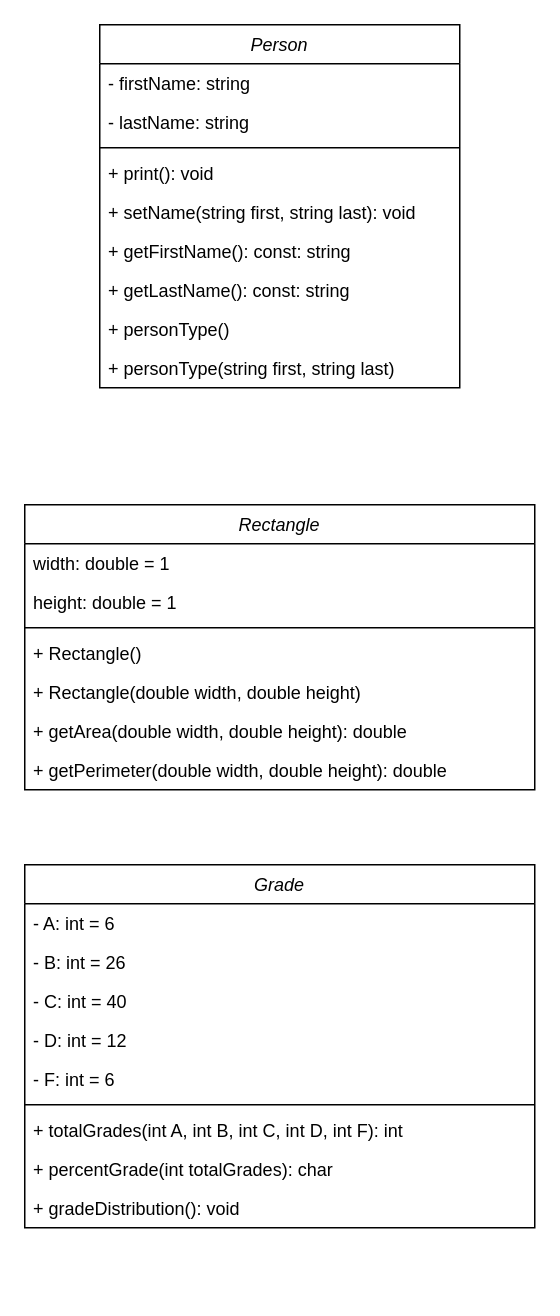
The draw.io diagram src/Untitled Diagram.drawio in aguilarsean/CPE-2101L, before the edit. Source tidied: cells renumbered, new cells numbered last; positions are measured from the earlier drawing's top-left corner, leaving out a move shared by most shapes. Both pictures are drawn from the tidied source at 150%, with x=0, y=0 at pixel (24, 24).
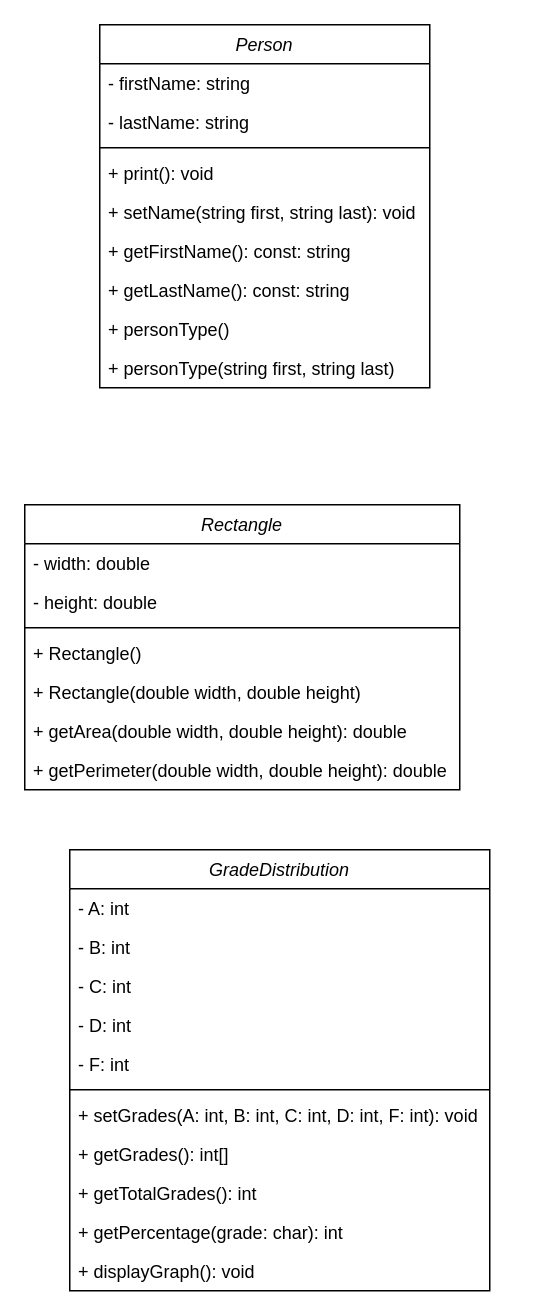
The same diagram, later.

Commit message:
UML_Exercise_4.1

What changed in the source:
```diff
@@
     <mxCell id="2" value="Person" style="swimlane;fontStyle=2;align=center;verticalAlign=top;horizontal=1;startSize=26;rounded=0;shadow=0;strokeWidth=1;" parent="1" vertex="1">
-      <mxGeometry x="50" width="240" height="242" as="geometry" />
+      <mxGeometry x="50" width="220" height="242" as="geometry" />
     </mxCell>
     <mxCell id="3" value="- firstName: string" style="text;align=left;verticalAlign=top;spacingLeft=4;spacingRight=4;overflow=hidden;" parent="2" vertex="1">
-      <mxGeometry y="26" width="240" height="26" as="geometry" />
+      <mxGeometry y="26" width="220" height="26" as="geometry" />
     </mxCell>
     <mxCell id="4" value="- lastName: string" style="text;align=left;verticalAlign=top;spacingLeft=4;spacingRight=4;overflow=hidden;rounded=0;shadow=0;html=0;" parent="2" vertex="1">
-      <mxGeometry y="52" width="240" height="26" as="geometry" />
+      <mxGeometry y="52" width="220" height="26" as="geometry" />
     </mxCell>
     <mxCell id="5" style="line;html=1;strokeWidth=1;align=left;verticalAlign=middle;spacingTop=-1;spacingLeft=3;spacingRight=3;labelPosition=right;" parent="2" vertex="1">
-      <mxGeometry y="78" width="240" height="8" as="geometry" />
+      <mxGeometry y="78" width="220" height="8" as="geometry" />
     </mxCell>
     <mxCell id="6" value="+ print(): void" style="text;align=left;verticalAlign=top;spacingLeft=4;spacingRight=4;overflow=hidden;" parent="2" vertex="1">
-      <mxGeometry y="86" width="240" height="26" as="geometry" />
+      <mxGeometry y="86" width="220" height="26" as="geometry" />
     </mxCell>
     <mxCell id="7" value="+ setName(string first, string last): void" style="text;align=left;verticalAlign=top;spacingLeft=4;spacingRight=4;overflow=hidden;" parent="2" vertex="1">
-      <mxGeometry y="112" width="240" height="26" as="geometry" />
+      <mxGeometry y="112" width="220" height="26" as="geometry" />
     </mxCell>
     <mxCell id="8" value="+ getFirstName(): const: string" style="text;align=left;verticalAlign=top;spacingLeft=4;spacingRight=4;overflow=hidden;" parent="2" vertex="1">
-      <mxGeometry y="138" width="240" height="26" as="geometry" />
+      <mxGeometry y="138" width="220" height="26" as="geometry" />
     </mxCell>
     <mxCell id="9" value="+ getLastName(): const: string" style="text;align=left;verticalAlign=top;spacingLeft=4;spacingRight=4;overflow=hidden;" parent="2" vertex="1">
-      <mxGeometry y="164" width="240" height="26" as="geometry" />
+      <mxGeometry y="164" width="220" height="26" as="geometry" />
     </mxCell>
     <mxCell id="10" value="+ personType()" style="text;align=left;verticalAlign=top;spacingLeft=4;spacingRight=4;overflow=hidden;" parent="2" vertex="1">
-      <mxGeometry y="190" width="240" height="26" as="geometry" />
+      <mxGeometry y="190" width="220" height="26" as="geometry" />
     </mxCell>
     <mxCell id="11" value="+ personType(string first, string last)" style="text;align=left;verticalAlign=top;spacingLeft=4;spacingRight=4;overflow=hidden;" parent="2" vertex="1">
-      <mxGeometry y="216" width="240" height="26" as="geometry" />
+      <mxGeometry y="216" width="220" height="26" as="geometry" />
     </mxCell>
     <mxCell id="12" value="Rectangle" style="swimlane;fontStyle=2;align=center;verticalAlign=top;horizontal=1;startSize=26;rounded=0;shadow=0;strokeWidth=1;fillStyle=auto;" parent="1" vertex="1">
-      <mxGeometry y="320" width="340" height="190" as="geometry" />
+      <mxGeometry y="320" width="290" height="190" as="geometry" />
     </mxCell>
-    <mxCell id="13" value="width: double = 1" style="text;align=left;verticalAlign=top;spacingLeft=4;spacingRight=4;overflow=hidden;" parent="12" vertex="1">
-      <mxGeometry y="26" width="340" height="26" as="geometry" />
+    <mxCell id="13" value="- width: double" style="text;align=left;verticalAlign=top;spacingLeft=4;spacingRight=4;overflow=hidden;" parent="12" vertex="1">
+      <mxGeometry y="26" width="290" height="26" as="geometry" />
     </mxCell>
-    <mxCell id="14" value="height: double = 1" style="text;align=left;verticalAlign=top;spacingLeft=4;spacingRight=4;overflow=hidden;rounded=0;shadow=0;html=0;" parent="12" vertex="1">
-      <mxGeometry y="52" width="340" height="26" as="geometry" />
+    <mxCell id="14" value="- height: double" style="text;align=left;verticalAlign=top;spacingLeft=4;spacingRight=4;overflow=hidden;rounded=0;shadow=0;html=0;" parent="12" vertex="1">
+      <mxGeometry y="52" width="290" height="26" as="geometry" />
     </mxCell>
     <mxCell id="15" style="line;html=1;strokeWidth=1;align=left;verticalAlign=middle;spacingTop=-1;spacingLeft=3;spacingRight=3;labelPosition=right;" parent="12" vertex="1">
-      <mxGeometry y="78" width="340" height="8" as="geometry" />
+      <mxGeometry y="78" width="290" height="8" as="geometry" />
     </mxCell>
     <mxCell id="16" value="+ Rectangle()" style="text;align=left;verticalAlign=top;spacingLeft=4;spacingRight=4;overflow=hidden;" parent="12" vertex="1">
-      <mxGeometry y="86" width="340" height="26" as="geometry" />
+      <mxGeometry y="86" width="290" height="26" as="geometry" />
     </mxCell>
     <mxCell id="17" value="+ Rectangle(double width, double height)" style="text;align=left;verticalAlign=top;spacingLeft=4;spacingRight=4;overflow=hidden;" parent="12" vertex="1">
-      <mxGeometry y="112" width="340" height="26" as="geometry" />
+      <mxGeometry y="112" width="290" height="26" as="geometry" />
     </mxCell>
     <mxCell id="18" value="+ getArea(double width, double height): double" style="text;align=left;verticalAlign=top;spacingLeft=4;spacingRight=4;overflow=hidden;" parent="12" vertex="1">
-      <mxGeometry y="138" width="340" height="26" as="geometry" />
+      <mxGeometry y="138" width="290" height="26" as="geometry" />
     </mxCell>
     <mxCell id="19" value="+ getPerimeter(double width, double height): double" style="text;align=left;verticalAlign=top;spacingLeft=4;spacingRight=4;overflow=hidden;" parent="12" vertex="1">
-      <mxGeometry y="164" width="340" height="26" as="geometry" />
+      <mxGeometry y="164" width="290" height="26" as="geometry" />
     </mxCell>
-    <mxCell id="20" value="Grade" style="swimlane;fontStyle=2;align=center;verticalAlign=top;horizontal=1;startSize=26;rounded=0;shadow=0;strokeWidth=1;fillStyle=auto;" parent="1" vertex="1">
-      <mxGeometry y="560" width="340" height="242" as="geometry" />
+    <mxCell id="20" value="GradeDistribution" style="swimlane;fontStyle=2;align=center;verticalAlign=top;horizontal=1;startSize=26;rounded=0;shadow=0;strokeWidth=1;fillStyle=auto;" parent="1" vertex="1">
+      <mxGeometry x="30" y="550" width="280" height="294" as="geometry" />
     </mxCell>
-    <mxCell id="21" value="- A: int = 6" style="text;align=left;verticalAlign=top;spacingLeft=4;spacingRight=4;overflow=hidden;" parent="20" vertex="1">
-      <mxGeometry y="26" width="340" height="26" as="geometry" />
+    <mxCell id="21" value="- A: int" style="text;align=left;verticalAlign=top;spacingLeft=4;spacingRight=4;overflow=hidden;" parent="20" vertex="1">
+      <mxGeometry y="26" width="280" height="26" as="geometry" />
     </mxCell>
-    <mxCell id="22" value="- B: int = 26" style="text;align=left;verticalAlign=top;spacingLeft=4;spacingRight=4;overflow=hidden;" parent="20" vertex="1">
-      <mxGeometry y="52" width="340" height="26" as="geometry" />
+    <mxCell id="22" value="- B: int" style="text;align=left;verticalAlign=top;spacingLeft=4;spacingRight=4;overflow=hidden;" parent="20" vertex="1">
+      <mxGeometry y="52" width="280" height="26" as="geometry" />
     </mxCell>
-    <mxCell id="23" value="- C: int = 40" style="text;align=left;verticalAlign=top;spacingLeft=4;spacingRight=4;overflow=hidden;" parent="20" vertex="1">
-      <mxGeometry y="78" width="340" height="26" as="geometry" />
+    <mxCell id="23" value="- C: int" style="text;align=left;verticalAlign=top;spacingLeft=4;spacingRight=4;overflow=hidden;" parent="20" vertex="1">
+      <mxGeometry y="78" width="280" height="26" as="geometry" />
     </mxCell>
-    <mxCell id="24" value="- D: int = 12" style="text;align=left;verticalAlign=top;spacingLeft=4;spacingRight=4;overflow=hidden;rounded=0;shadow=0;html=0;" parent="20" vertex="1">
-      <mxGeometry y="104" width="340" height="26" as="geometry" />
+    <mxCell id="24" value="- D: int" style="text;align=left;verticalAlign=top;spacingLeft=4;spacingRight=4;overflow=hidden;rounded=0;shadow=0;html=0;" parent="20" vertex="1">
+      <mxGeometry y="104" width="280" height="26" as="geometry" />
     </mxCell>
-    <mxCell id="25" value="- F: int = 6" style="text;align=left;verticalAlign=top;spacingLeft=4;spacingRight=4;overflow=hidden;" parent="20" vertex="1">
-      <mxGeometry y="130" width="340" height="26" as="geometry" />
+    <mxCell id="25" value="- F: int" style="text;align=left;verticalAlign=top;spacingLeft=4;spacingRight=4;overflow=hidden;" parent="20" vertex="1">
+      <mxGeometry y="130" width="280" height="26" as="geometry" />
     </mxCell>
     <mxCell id="26" style="line;html=1;strokeWidth=1;align=left;verticalAlign=middle;spacingTop=-1;spacingLeft=3;spacingRight=3;labelPosition=right;" parent="20" vertex="1">
-      <mxGeometry y="156" width="340" height="8" as="geometry" />
+      <mxGeometry y="156" width="280" height="8" as="geometry" />
     </mxCell>
-    <mxCell id="27" value="+ totalGrades(int A, int B, int C, int D, int F): int" style="text;align=left;verticalAlign=top;spacingLeft=4;spacingRight=4;overflow=hidden;" parent="20" vertex="1">
-      <mxGeometry y="164" width="340" height="26" as="geometry" />
+    <mxCell id="27" value="+ setGrades(A: int, B: int, C: int, D: int, F: int): void" style="text;align=left;verticalAlign=top;spacingLeft=4;spacingRight=4;overflow=hidden;" parent="20" vertex="1">
+      <mxGeometry y="164" width="280" height="26" as="geometry" />
     </mxCell>
+    <mxCell id="30" value="+ getGrades(): int[]" style="text;align=left;verticalAlign=top;spacingLeft=4;spacingRight=4;overflow=hidden;" parent="20" vertex="1">
+      <mxGeometry y="190" width="280" height="26" as="geometry" />
+    </mxCell>
+    <mxCell id="31" value="+ getTotalGrades(): int" style="text;align=left;verticalAlign=top;spacingLeft=4;spacingRight=4;overflow=hidden;" parent="20" vertex="1">
+      <mxGeometry y="216" width="280" height="26" as="geometry" />
+    </mxCell>
-    <mxCell id="28" value="+ percentGrade(int totalGrades): char" style="text;align=left;verticalAlign=top;spacingLeft=4;spacingRight=4;overflow=hidden;" parent="20" vertex="1">
-      <mxGeometry y="190" width="340" height="26" as="geometry" />
+    <mxCell id="28" value="+ getPercentage(grade: char): int" style="text;align=left;verticalAlign=top;spacingLeft=4;spacingRight=4;overflow=hidden;" parent="20" vertex="1">
+      <mxGeometry y="242" width="280" height="26" as="geometry" />
     </mxCell>
-    <mxCell id="29" value="+ gradeDistribution(): void" style="text;align=left;verticalAlign=top;spacingLeft=4;spacingRight=4;overflow=hidden;" parent="20" vertex="1">
-      <mxGeometry y="216" width="340" height="26" as="geometry" />
+    <mxCell id="29" value="+ displayGraph(): void" style="text;align=left;verticalAlign=top;spacingLeft=4;spacingRight=4;overflow=hidden;" parent="20" vertex="1">
+      <mxGeometry y="268" width="280" height="26" as="geometry" />
     </mxCell>
```
